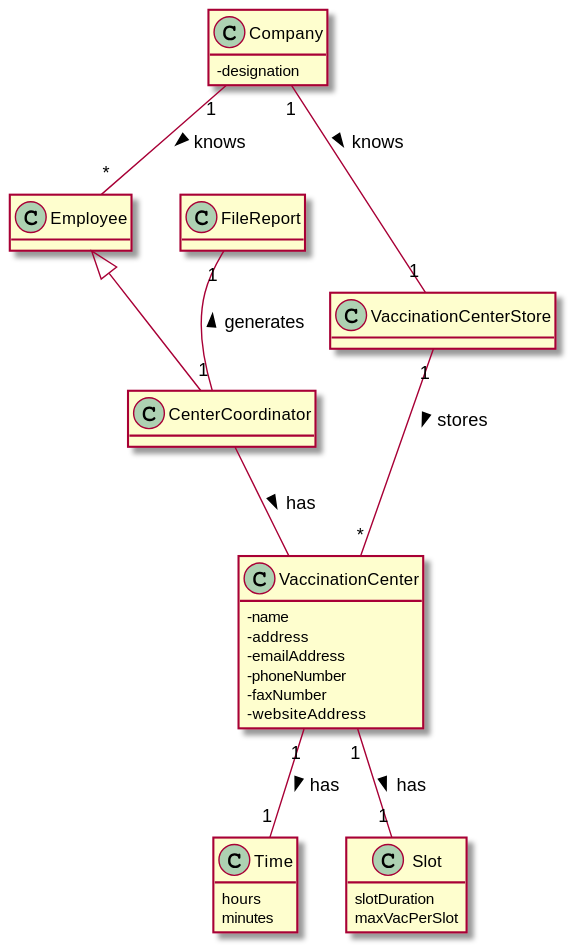
Above: docs/SprintD/US15/DM/US15_DM.svg in miseEnPlace-i/lapr2 (PlantUML), before the change.
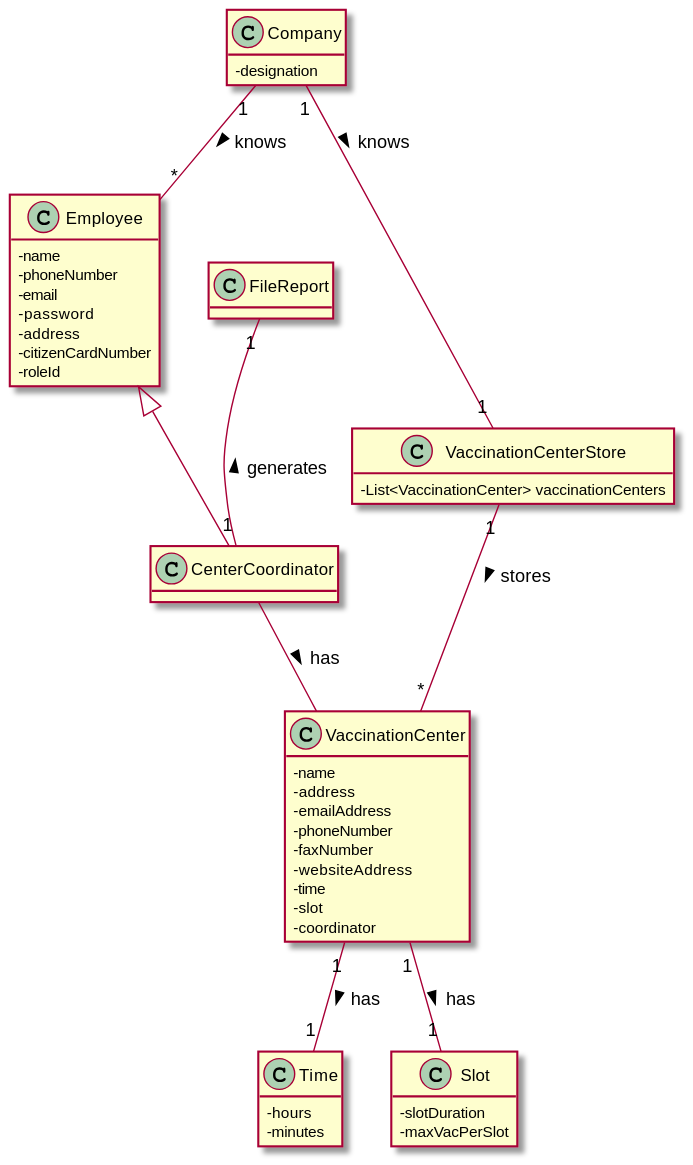
Later version of the same file.

Commit message:
docs(US15): updated DM (missing atributes) and added new DM.svg

The edit, as a diff of the source:
```diff
@@ -3,12 +3,20 @@
 skinparam classAttributeIconSize 0
 
 class Company {
-    - designation
+  -designation
 }
 
 class CenterCoordinator {}
 
-class Employee {}
+class Employee {
+  -name
+  -phoneNumber
+  -email
+  -password
+  -address
+  -citizenCardNumber
+  -roleId
+}
 
 class VaccinationCenter{
   -name
@@ -17,18 +25,23 @@
   -phoneNumber
   -faxNumber
   -websiteAddress
+  -time
+  -slot
+  -coordinator
 }
 
-class VaccinationCenterStore {}
+class VaccinationCenterStore {
+  -List<VaccinationCenter> vaccinationCenters
+}
 
 class Time {
-  hours
-  minutes
+  -hours
+  -minutes
 }
 
 class Slot {
-  slotDuration
-  maxVacPerSlot
+  -slotDuration
+  -maxVacPerSlot
 }
 
 class FileReport {}
```
